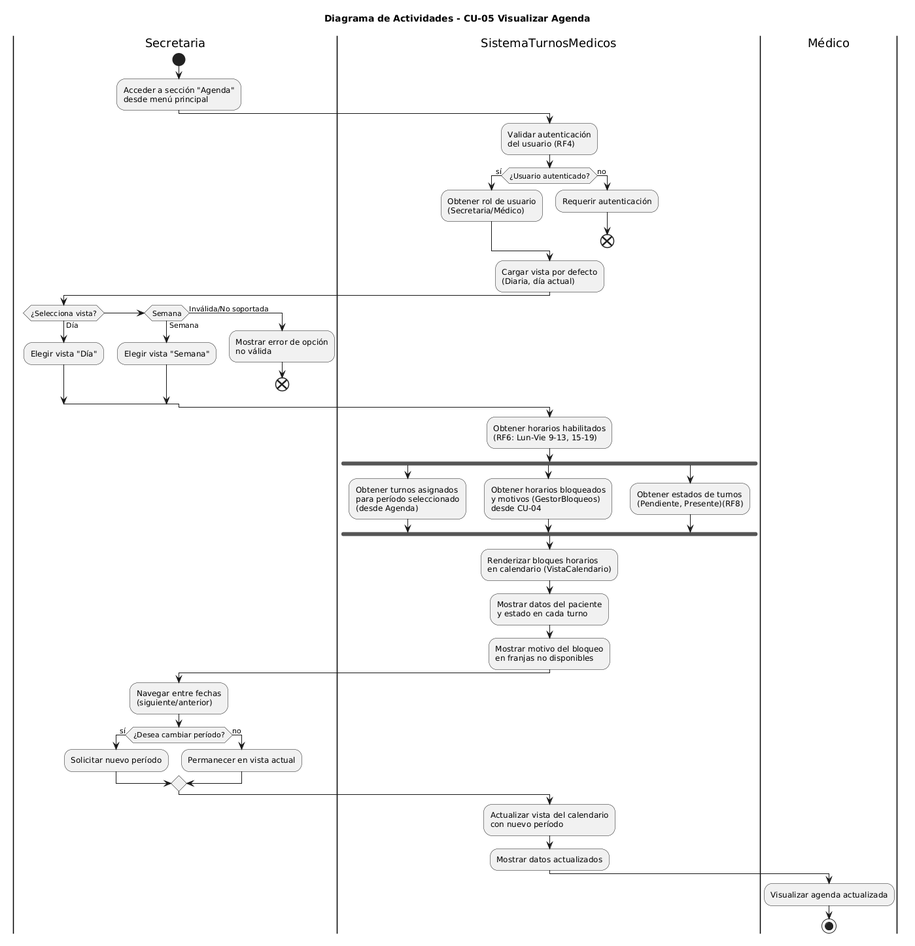
Before: diagramas/04-diagramas-actividades/04-actividad-visualizar-agenda-05.png, a diagram exported from PlantUML (angelgc9107-lgtm/SistemaTurnosMedicos_GP6).
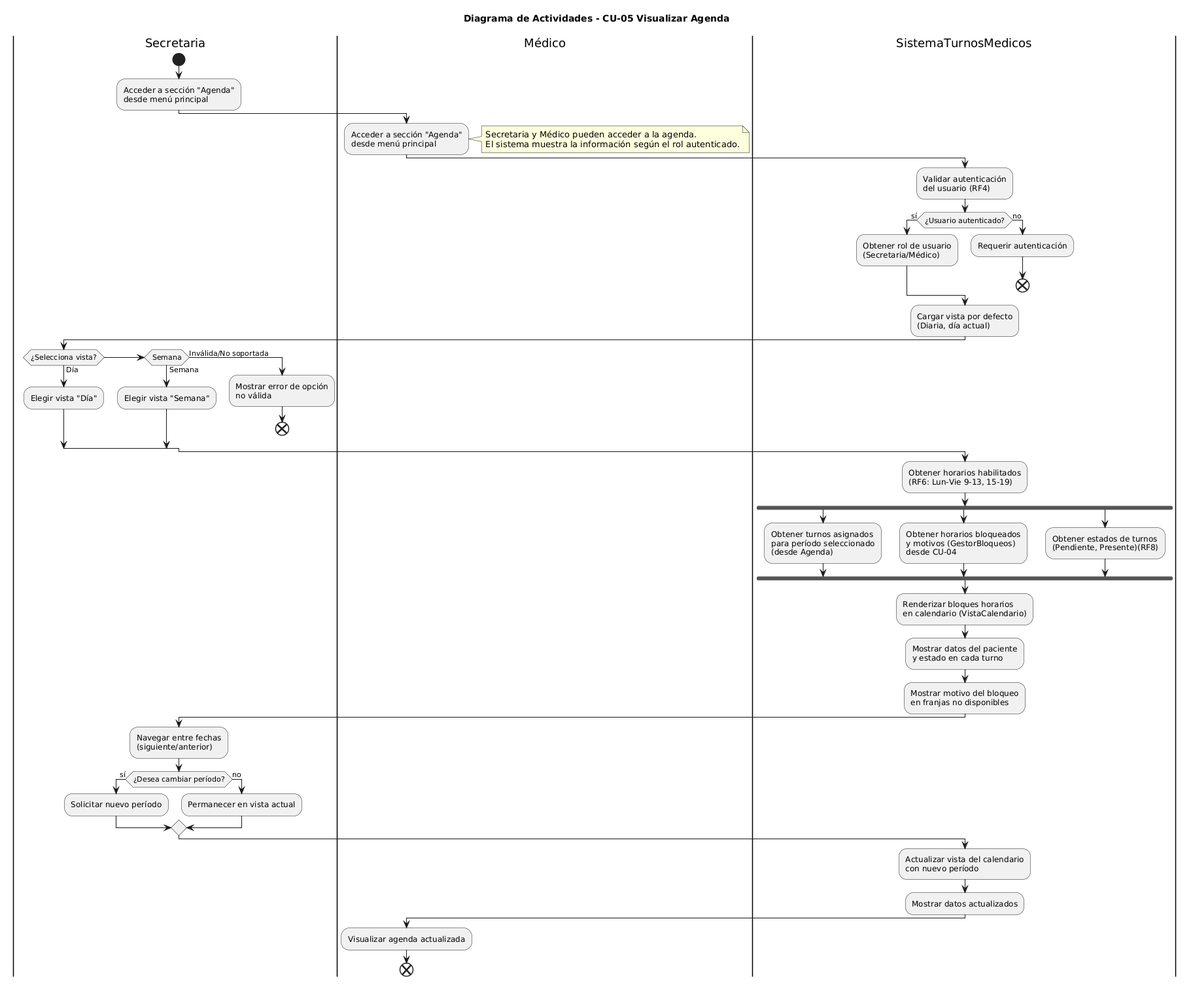
Above is the later version.

What changed in the source:
```diff
@@ -4,6 +4,14 @@
 |Secretaria|
 start
 :Acceder a sección "Agenda"\ndesde menú principal;
+
+|Médico|
+:Acceder a sección "Agenda"\ndesde menú principal;
+
+note right
+Secretaria y Médico pueden acceder a la agenda.
+El sistema muestra la información según el rol autenticado.
+end note
 
 |SistemaTurnosMedicos|
 :Validar autenticación\ndel usuario (RF4);
@@ -58,5 +66,5 @@
 |Médico|
 :Visualizar agenda actualizada;
 
-stop
+end
 @enduml
```
